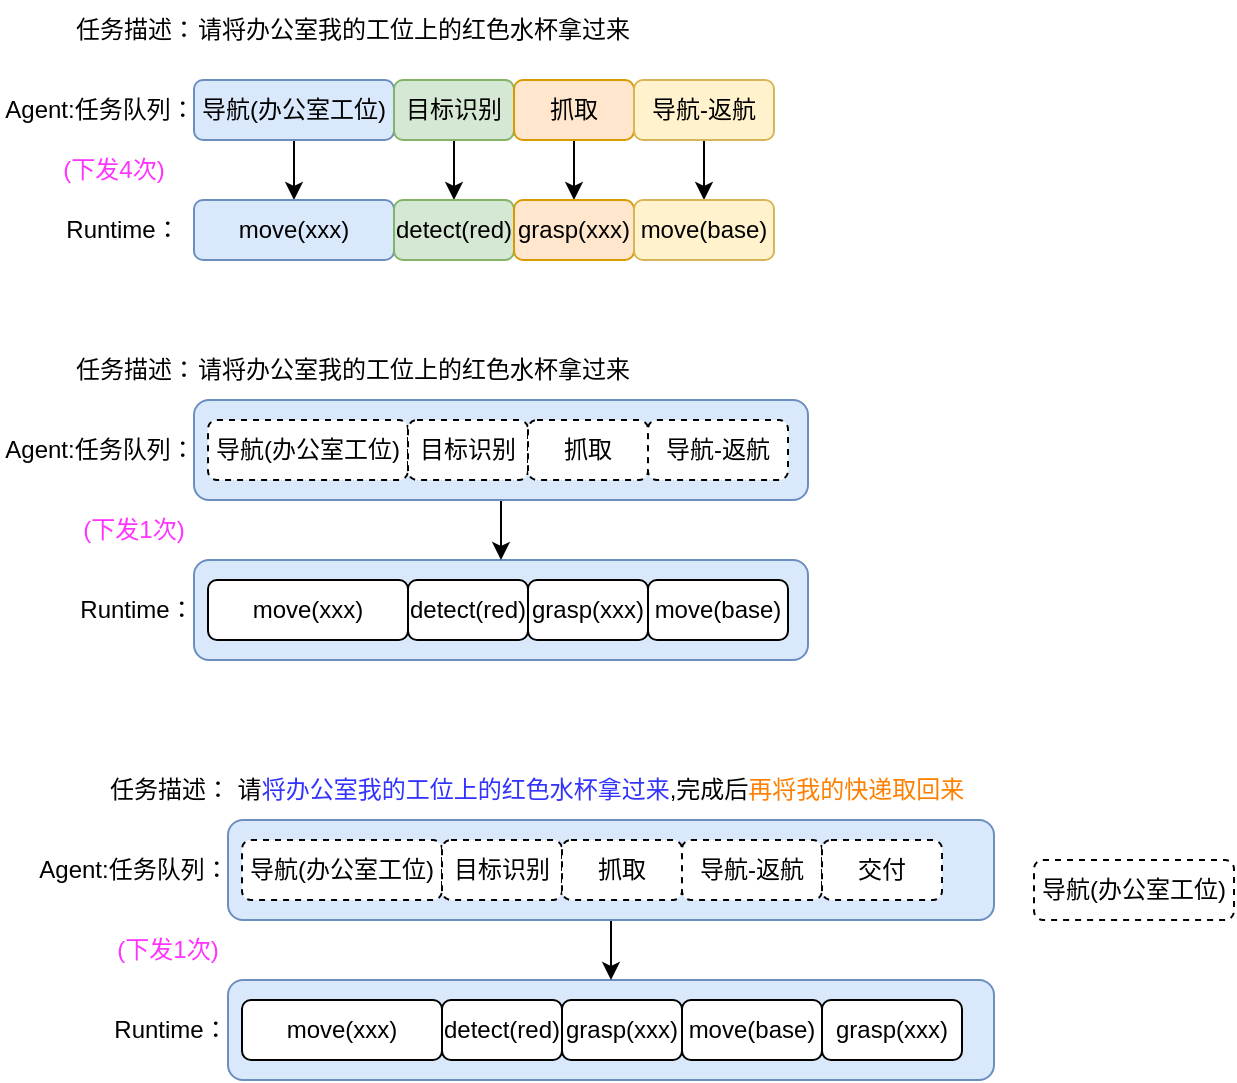
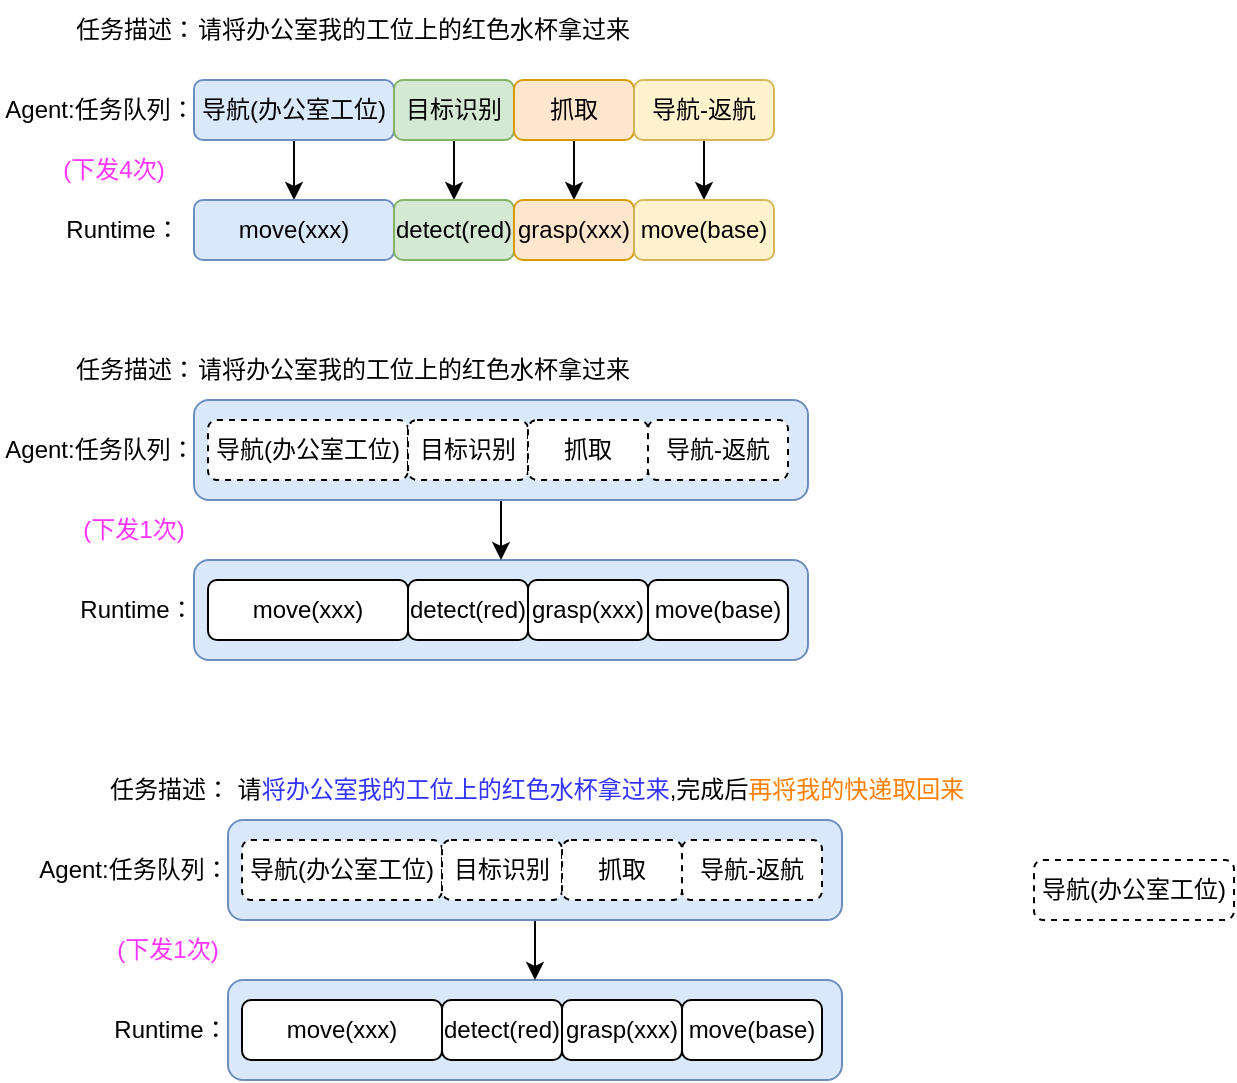
<mxfile host="app.diagrams.net">
  <diagram name="第 1 页" id="AqDmRzZVIJ-5uyctXJOA">
    <mxGraphModel dx="957" dy="525" grid="1" gridSize="10" guides="1" tooltips="1" connect="1" arrows="1" fold="1" page="1" pageScale="1" pageWidth="2339" pageHeight="3300" math="0" shadow="0">
      <root>
        <mxCell id="0" />
        <mxCell id="1" parent="0" />
        <mxCell id="TX6EBbOIm9mCNyf-wsjQ-37" parent="1" style="rounded=1;whiteSpace=wrap;html=1;fillColor=#dae8fc;strokeColor=#6c8ebf;" value="" vertex="1">
          <mxGeometry height="50" width="307" x="120" y="610" as="geometry" />
        </mxCell>
        <mxCell id="TX6EBbOIm9mCNyf-wsjQ-38" edge="1" parent="1" source="TX6EBbOIm9mCNyf-wsjQ-36" style="edgeStyle=orthogonalEdgeStyle;rounded=0;orthogonalLoop=1;jettySize=auto;html=1;exitX=0.5;exitY=1;exitDx=0;exitDy=0;entryX=0.5;entryY=0;entryDx=0;entryDy=0;" target="TX6EBbOIm9mCNyf-wsjQ-37">
          <mxGeometry relative="1" as="geometry" />
        </mxCell>
        <mxCell id="TX6EBbOIm9mCNyf-wsjQ-36" parent="1" style="rounded=1;whiteSpace=wrap;html=1;fillColor=#dae8fc;strokeColor=#6c8ebf;" value="" vertex="1">
          <mxGeometry height="50" width="307" x="120" y="530" as="geometry" />
        </mxCell>
        <mxCell id="TX6EBbOIm9mCNyf-wsjQ-15" edge="1" parent="1" source="TX6EBbOIm9mCNyf-wsjQ-1" style="edgeStyle=orthogonalEdgeStyle;rounded=0;orthogonalLoop=1;jettySize=auto;html=1;exitX=0.5;exitY=1;exitDx=0;exitDy=0;entryX=0.5;entryY=0;entryDx=0;entryDy=0;" target="TX6EBbOIm9mCNyf-wsjQ-11">
          <mxGeometry relative="1" as="geometry" />
        </mxCell>
        <mxCell id="TX6EBbOIm9mCNyf-wsjQ-1" parent="1" style="rounded=1;whiteSpace=wrap;html=1;fillColor=#dae8fc;strokeColor=#6c8ebf;" value="导航(办公室工位)" vertex="1">
          <mxGeometry height="30" width="100" x="120" y="370" as="geometry" />
        </mxCell>
        <mxCell id="TX6EBbOIm9mCNyf-wsjQ-2" parent="1" style="text;html=1;whiteSpace=wrap;strokeColor=none;fillColor=none;align=center;verticalAlign=middle;rounded=0;" value="Agent:任务队列：" vertex="1">
          <mxGeometry height="30" width="100" x="23" y="370" as="geometry" />
        </mxCell>
        <mxCell id="TX6EBbOIm9mCNyf-wsjQ-3" parent="1" style="text;html=1;whiteSpace=wrap;strokeColor=none;fillColor=none;align=center;verticalAlign=middle;rounded=0;" value="任务描述：" vertex="1">
          <mxGeometry height="30" width="70" x="56" y="330" as="geometry" />
        </mxCell>
        <mxCell id="TX6EBbOIm9mCNyf-wsjQ-4" parent="1" style="text;html=1;whiteSpace=wrap;strokeColor=none;fillColor=none;align=center;verticalAlign=middle;rounded=0;" value="请将办公室我的工位上的红色水杯拿过来" vertex="1">
          <mxGeometry height="30" width="220" x="120" y="330" as="geometry" />
        </mxCell>
        <mxCell id="TX6EBbOIm9mCNyf-wsjQ-16" edge="1" parent="1" source="TX6EBbOIm9mCNyf-wsjQ-5" style="edgeStyle=orthogonalEdgeStyle;rounded=0;orthogonalLoop=1;jettySize=auto;html=1;exitX=0.5;exitY=1;exitDx=0;exitDy=0;entryX=0.5;entryY=0;entryDx=0;entryDy=0;" target="TX6EBbOIm9mCNyf-wsjQ-12">
          <mxGeometry relative="1" as="geometry" />
        </mxCell>
        <mxCell id="TX6EBbOIm9mCNyf-wsjQ-5" parent="1" style="rounded=1;whiteSpace=wrap;html=1;fillColor=#d5e8d4;strokeColor=#82b366;" value="目标识别" vertex="1">
          <mxGeometry height="30" width="60" x="220" y="370" as="geometry" />
        </mxCell>
        <mxCell id="TX6EBbOIm9mCNyf-wsjQ-17" edge="1" parent="1" source="TX6EBbOIm9mCNyf-wsjQ-6" style="edgeStyle=orthogonalEdgeStyle;rounded=0;orthogonalLoop=1;jettySize=auto;html=1;exitX=0.5;exitY=1;exitDx=0;exitDy=0;entryX=0.5;entryY=0;entryDx=0;entryDy=0;" target="TX6EBbOIm9mCNyf-wsjQ-13">
          <mxGeometry relative="1" as="geometry" />
        </mxCell>
        <mxCell id="TX6EBbOIm9mCNyf-wsjQ-6" parent="1" style="rounded=1;whiteSpace=wrap;html=1;fillColor=#ffe6cc;strokeColor=#d79b00;" value="抓取" vertex="1">
          <mxGeometry height="30" width="60" x="280" y="370" as="geometry" />
        </mxCell>
        <mxCell id="TX6EBbOIm9mCNyf-wsjQ-18" edge="1" parent="1" source="TX6EBbOIm9mCNyf-wsjQ-7" style="edgeStyle=orthogonalEdgeStyle;rounded=0;orthogonalLoop=1;jettySize=auto;html=1;exitX=0.5;exitY=1;exitDx=0;exitDy=0;entryX=0.5;entryY=0;entryDx=0;entryDy=0;" target="TX6EBbOIm9mCNyf-wsjQ-14">
          <mxGeometry relative="1" as="geometry" />
        </mxCell>
        <mxCell id="TX6EBbOIm9mCNyf-wsjQ-7" parent="1" style="rounded=1;whiteSpace=wrap;html=1;fillColor=#fff2cc;strokeColor=#d6b656;" value="导航-返航" vertex="1">
          <mxGeometry height="30" width="70" x="340" y="370" as="geometry" />
        </mxCell>
        <mxCell id="TX6EBbOIm9mCNyf-wsjQ-8" parent="1" style="text;html=1;whiteSpace=wrap;strokeColor=none;fillColor=none;align=center;verticalAlign=middle;rounded=0;" value="Runtime：" vertex="1">
          <mxGeometry height="30" width="57" x="56" y="430" as="geometry" />
        </mxCell>
        <mxCell id="TX6EBbOIm9mCNyf-wsjQ-11" parent="1" style="rounded=1;whiteSpace=wrap;html=1;fillColor=#dae8fc;strokeColor=#6c8ebf;" value="move(xxx)" vertex="1">
          <mxGeometry height="30" width="100" x="120" y="430" as="geometry" />
        </mxCell>
        <mxCell id="TX6EBbOIm9mCNyf-wsjQ-12" parent="1" style="rounded=1;whiteSpace=wrap;html=1;fillColor=#d5e8d4;strokeColor=#82b366;" value="detect(red)" vertex="1">
          <mxGeometry height="30" width="60" x="220" y="430" as="geometry" />
        </mxCell>
        <mxCell id="TX6EBbOIm9mCNyf-wsjQ-13" parent="1" style="rounded=1;whiteSpace=wrap;html=1;fillColor=#ffe6cc;strokeColor=#d79b00;" value="grasp(xxx)" vertex="1">
          <mxGeometry height="30" width="60" x="280" y="430" as="geometry" />
        </mxCell>
        <mxCell id="TX6EBbOIm9mCNyf-wsjQ-14" parent="1" style="rounded=1;whiteSpace=wrap;html=1;fillColor=#fff2cc;strokeColor=#d6b656;" value="move(base)" vertex="1">
          <mxGeometry height="30" width="70" x="340" y="430" as="geometry" />
        </mxCell>
        <mxCell id="TX6EBbOIm9mCNyf-wsjQ-19" parent="1" style="text;html=1;whiteSpace=wrap;strokeColor=none;fillColor=none;align=center;verticalAlign=middle;rounded=0;" value="请将办公室我的工位上的红色水杯拿过来" vertex="1">
          <mxGeometry height="30" width="220" x="120" y="500" as="geometry" />
        </mxCell>
        <mxCell id="TX6EBbOIm9mCNyf-wsjQ-20" parent="1" style="text;html=1;whiteSpace=wrap;strokeColor=none;fillColor=none;align=center;verticalAlign=middle;rounded=0;" value="任务描述：" vertex="1">
          <mxGeometry height="30" width="70" x="56" y="500" as="geometry" />
        </mxCell>
        <mxCell id="TX6EBbOIm9mCNyf-wsjQ-22" parent="1" style="rounded=1;whiteSpace=wrap;html=1;dashed=1;" value="导航(办公室工位)" vertex="1">
          <mxGeometry height="30" width="100" x="127" y="540" as="geometry" />
        </mxCell>
        <mxCell id="TX6EBbOIm9mCNyf-wsjQ-23" parent="1" style="text;html=1;whiteSpace=wrap;strokeColor=none;fillColor=none;align=center;verticalAlign=middle;rounded=0;" value="Agent:任务队列：" vertex="1">
          <mxGeometry height="30" width="100" x="23" y="540" as="geometry" />
        </mxCell>
        <mxCell id="TX6EBbOIm9mCNyf-wsjQ-25" parent="1" style="rounded=1;whiteSpace=wrap;html=1;dashed=1;" value="目标识别" vertex="1">
          <mxGeometry height="30" width="60" x="227" y="540" as="geometry" />
        </mxCell>
        <mxCell id="TX6EBbOIm9mCNyf-wsjQ-27" parent="1" style="rounded=1;whiteSpace=wrap;html=1;dashed=1;" value="抓取" vertex="1">
          <mxGeometry height="30" width="60" x="287" y="540" as="geometry" />
        </mxCell>
        <mxCell id="TX6EBbOIm9mCNyf-wsjQ-29" parent="1" style="rounded=1;whiteSpace=wrap;html=1;dashed=1;" value="导航-返航" vertex="1">
          <mxGeometry height="30" width="70" x="347" y="540" as="geometry" />
        </mxCell>
        <mxCell id="TX6EBbOIm9mCNyf-wsjQ-30" parent="1" style="text;html=1;whiteSpace=wrap;strokeColor=none;fillColor=none;align=center;verticalAlign=middle;rounded=0;" value="Runtime：" vertex="1">
          <mxGeometry height="30" width="57" x="62.5" y="620" as="geometry" />
        </mxCell>
        <mxCell id="TX6EBbOIm9mCNyf-wsjQ-31" parent="1" style="rounded=1;whiteSpace=wrap;html=1;" value="move(xxx)" vertex="1">
          <mxGeometry height="30" width="100" x="127" y="620" as="geometry" />
        </mxCell>
        <mxCell id="TX6EBbOIm9mCNyf-wsjQ-32" parent="1" style="rounded=1;whiteSpace=wrap;html=1;" value="detect(red)" vertex="1">
          <mxGeometry height="30" width="60" x="227" y="620" as="geometry" />
        </mxCell>
        <mxCell id="TX6EBbOIm9mCNyf-wsjQ-33" parent="1" style="rounded=1;whiteSpace=wrap;html=1;" value="grasp(xxx)" vertex="1">
          <mxGeometry height="30" width="60" x="287" y="620" as="geometry" />
        </mxCell>
        <mxCell id="TX6EBbOIm9mCNyf-wsjQ-34" parent="1" style="rounded=1;whiteSpace=wrap;html=1;" value="move(base)" vertex="1">
          <mxGeometry height="30" width="70" x="347" y="620" as="geometry" />
        </mxCell>
        <mxCell id="TX6EBbOIm9mCNyf-wsjQ-35" parent="1" style="text;html=1;whiteSpace=wrap;strokeColor=none;fillColor=none;align=center;verticalAlign=middle;rounded=0;fontColor=#FF33FF;" value="(下发4次)" vertex="1">
          <mxGeometry height="30" width="60" x="50" y="400" as="geometry" />
        </mxCell>
        <mxCell id="TX6EBbOIm9mCNyf-wsjQ-39" parent="1" style="text;html=1;whiteSpace=wrap;strokeColor=none;fillColor=none;align=center;verticalAlign=middle;rounded=0;fontColor=#FF33FF;" value="(下发1次)" vertex="1">
          <mxGeometry height="30" width="60" x="59.5" y="580" as="geometry" />
        </mxCell>
        <mxCell id="TX6EBbOIm9mCNyf-wsjQ-40" parent="1" style="rounded=1;whiteSpace=wrap;html=1;fillColor=#dae8fc;strokeColor=#6c8ebf;" value="" vertex="1">
-           <mxGeometry height="50" width="383" x="137" y="820" as="geometry" />
+           <mxGeometry height="50" width="307" x="137" y="820" as="geometry" />
        </mxCell>
        <mxCell id="TX6EBbOIm9mCNyf-wsjQ-41" edge="1" parent="1" source="TX6EBbOIm9mCNyf-wsjQ-42" style="edgeStyle=orthogonalEdgeStyle;rounded=0;orthogonalLoop=1;jettySize=auto;html=1;exitX=0.5;exitY=1;exitDx=0;exitDy=0;entryX=0.5;entryY=0;entryDx=0;entryDy=0;" target="TX6EBbOIm9mCNyf-wsjQ-40">
          <mxGeometry relative="1" as="geometry" />
        </mxCell>
        <mxCell id="TX6EBbOIm9mCNyf-wsjQ-42" parent="1" style="rounded=1;whiteSpace=wrap;html=1;fillColor=#dae8fc;strokeColor=#6c8ebf;" value="" vertex="1">
-           <mxGeometry height="50" width="383" x="137" y="740" as="geometry" />
+           <mxGeometry height="50" width="307" x="137" y="740" as="geometry" />
        </mxCell>
        <mxCell id="TX6EBbOIm9mCNyf-wsjQ-43" parent="1" style="text;html=1;whiteSpace=wrap;strokeColor=none;fillColor=none;align=center;verticalAlign=middle;rounded=0;" value="请&lt;font style=&quot;color: rgb(51, 51, 255);&quot;&gt;将办公室我的工位上的红色水杯拿过来&lt;/font&gt;,完成后&lt;font style=&quot;color: rgb(255, 128, 0);&quot;&gt;再将我的快递取回来&lt;/font&gt;" vertex="1">
          <mxGeometry height="30" width="373" x="137" y="710" as="geometry" />
        </mxCell>
        <mxCell id="TX6EBbOIm9mCNyf-wsjQ-44" parent="1" style="text;html=1;whiteSpace=wrap;strokeColor=none;fillColor=none;align=center;verticalAlign=middle;rounded=0;" value="任务描述：" vertex="1">
          <mxGeometry height="30" width="70" x="73" y="710" as="geometry" />
        </mxCell>
        <mxCell id="TX6EBbOIm9mCNyf-wsjQ-45" parent="1" style="rounded=1;whiteSpace=wrap;html=1;dashed=1;" value="导航(办公室工位)" vertex="1">
          <mxGeometry height="30" width="100" x="144" y="750" as="geometry" />
        </mxCell>
        <mxCell id="TX6EBbOIm9mCNyf-wsjQ-46" parent="1" style="text;html=1;whiteSpace=wrap;strokeColor=none;fillColor=none;align=center;verticalAlign=middle;rounded=0;" value="Agent:任务队列：" vertex="1">
          <mxGeometry height="30" width="100" x="40" y="750" as="geometry" />
        </mxCell>
        <mxCell id="TX6EBbOIm9mCNyf-wsjQ-47" parent="1" style="rounded=1;whiteSpace=wrap;html=1;dashed=1;" value="目标识别" vertex="1">
          <mxGeometry height="30" width="60" x="244" y="750" as="geometry" />
        </mxCell>
        <mxCell id="TX6EBbOIm9mCNyf-wsjQ-48" parent="1" style="rounded=1;whiteSpace=wrap;html=1;dashed=1;" value="抓取" vertex="1">
          <mxGeometry height="30" width="60" x="304" y="750" as="geometry" />
        </mxCell>
        <mxCell id="TX6EBbOIm9mCNyf-wsjQ-49" parent="1" style="rounded=1;whiteSpace=wrap;html=1;dashed=1;" value="导航-返航" vertex="1">
          <mxGeometry height="30" width="70" x="364" y="750" as="geometry" />
        </mxCell>
        <mxCell id="TX6EBbOIm9mCNyf-wsjQ-50" parent="1" style="text;html=1;whiteSpace=wrap;strokeColor=none;fillColor=none;align=center;verticalAlign=middle;rounded=0;" value="Runtime：" vertex="1">
          <mxGeometry height="30" width="57" x="79.5" y="830" as="geometry" />
        </mxCell>
        <mxCell id="TX6EBbOIm9mCNyf-wsjQ-51" parent="1" style="rounded=1;whiteSpace=wrap;html=1;" value="move(xxx)" vertex="1">
          <mxGeometry height="30" width="100" x="144" y="830" as="geometry" />
        </mxCell>
        <mxCell id="TX6EBbOIm9mCNyf-wsjQ-52" parent="1" style="rounded=1;whiteSpace=wrap;html=1;" value="detect(red)" vertex="1">
          <mxGeometry height="30" width="60" x="244" y="830" as="geometry" />
        </mxCell>
        <mxCell id="TX6EBbOIm9mCNyf-wsjQ-53" parent="1" style="rounded=1;whiteSpace=wrap;html=1;" value="grasp(xxx)" vertex="1">
          <mxGeometry height="30" width="60" x="304" y="830" as="geometry" />
        </mxCell>
        <mxCell id="TX6EBbOIm9mCNyf-wsjQ-54" parent="1" style="rounded=1;whiteSpace=wrap;html=1;" value="move(base)" vertex="1">
          <mxGeometry height="30" width="70" x="364" y="830" as="geometry" />
        </mxCell>
        <mxCell id="TX6EBbOIm9mCNyf-wsjQ-55" parent="1" style="text;html=1;whiteSpace=wrap;strokeColor=none;fillColor=none;align=center;verticalAlign=middle;rounded=0;fontColor=#FF33FF;" value="(下发1次)" vertex="1">
          <mxGeometry height="30" width="60" x="76.5" y="790" as="geometry" />
        </mxCell>
        <mxCell id="TX6EBbOIm9mCNyf-wsjQ-56" parent="1" style="rounded=1;whiteSpace=wrap;html=1;dashed=1;" value="导航(办公室工位)" vertex="1">
          <mxGeometry height="30" width="100" x="540" y="760" as="geometry" />
        </mxCell>
-         <mxCell id="TX6EBbOIm9mCNyf-wsjQ-58" parent="1" style="rounded=1;whiteSpace=wrap;html=1;dashed=1;" value="交付" vertex="1">
-           <mxGeometry height="30" width="60" x="434" y="750" as="geometry" />
-         </mxCell>
-         <mxCell id="TX6EBbOIm9mCNyf-wsjQ-59" parent="1" style="rounded=1;whiteSpace=wrap;html=1;" value="grasp(xxx)" vertex="1">
-           <mxGeometry height="30" width="70" x="434" y="830" as="geometry" />
-         </mxCell>
      </root>
    </mxGraphModel>
  </diagram>
</mxfile>
